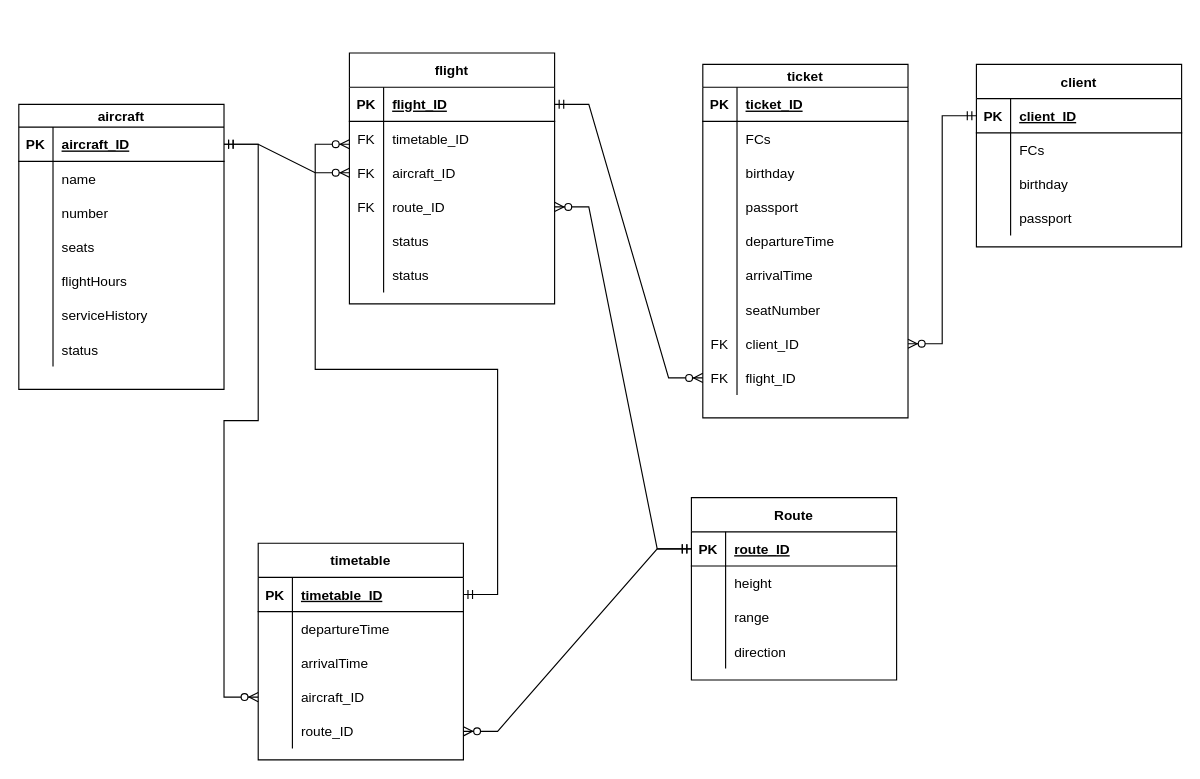
1DeMeNToR1/RocketModUpdater_32 keeps this draw.io diagram as ERRR.drawio. Above is the earlier version. Source tidied: cells renumbered, new cells numbered last; positions are measured from the earlier drawing's top-left corner, leaving out a move shared by most shapes. Both pictures are drawn from the tidied source at 114%, with x=0, y=0 at pixel (18, 52).
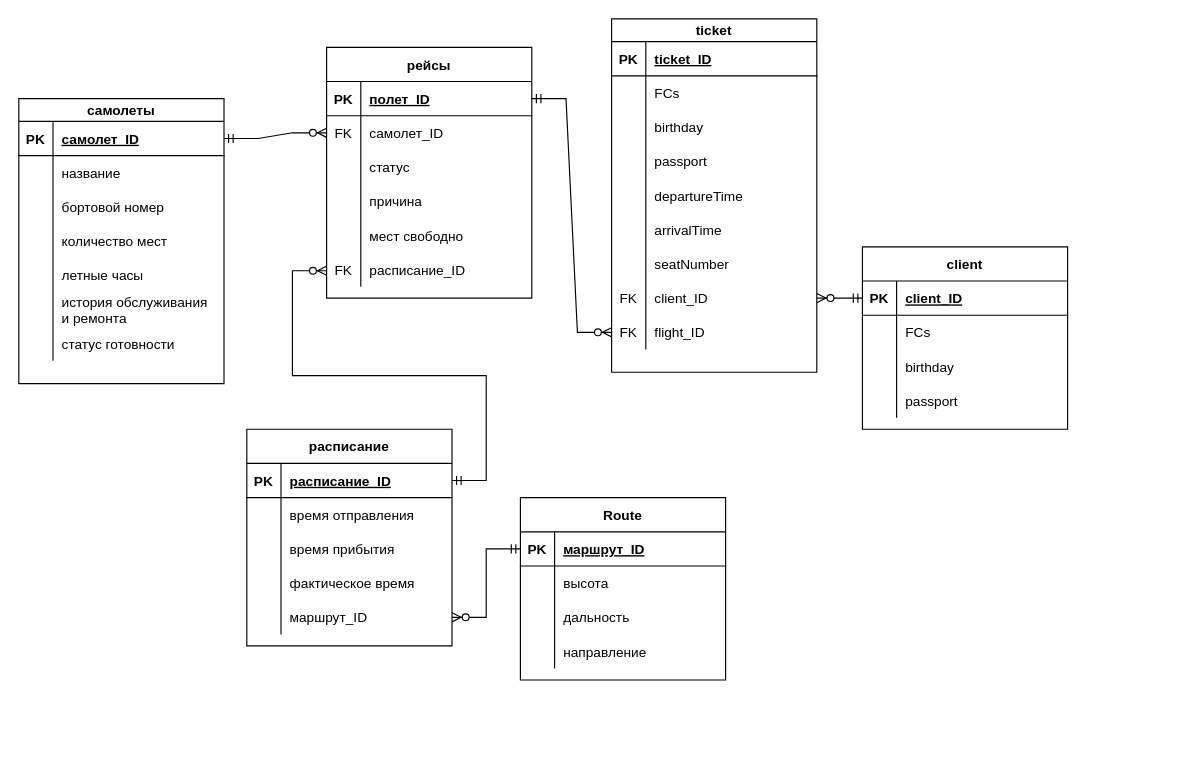
The same diagram, later.

Unchanged cells that the change refers to:
```xml
<mxCell id="3" style="shape=tableRow;horizontal=0;startSize=0;swimlaneHead=0;swimlaneBody=0;fillColor=none;points=[[0,0.5],[1,0.5]];portConstraint=eastwest;top=0;left=0;right=0;bottom=1;" parent="2" vertex="1">
  <mxGeometry y="20" width="180" height="30" as="geometry" />
</mxCell>
<mxCell id="6" style="shape=tableRow;horizontal=0;startSize=0;swimlaneHead=0;swimlaneBody=0;fillColor=none;top=0;left=0;right=0;bottom=0;" parent="2" vertex="1">
  <mxGeometry y="50" width="180" height="30" as="geometry" />
</mxCell>
<mxCell id="9" style="shape=tableRow;horizontal=0;startSize=0;swimlaneHead=0;swimlaneBody=0;fillColor=none;top=0;left=0;right=0;bottom=0;" parent="2" vertex="1">
  <mxGeometry y="80" width="180" height="30" as="geometry" />
</mxCell>
<mxCell id="12" style="shape=tableRow;horizontal=0;startSize=0;swimlaneHead=0;swimlaneBody=0;fillColor=none;top=0;left=0;right=0;bottom=0;" parent="2" vertex="1">
  <mxGeometry y="110" width="180" height="30" as="geometry" />
</mxCell>
<mxCell id="15" style="shape=tableRow;horizontal=0;startSize=0;swimlaneHead=0;swimlaneBody=0;fillColor=none;top=0;left=0;right=0;bottom=0;" parent="2" vertex="1">
  <mxGeometry y="140" width="180" height="30" as="geometry" />
</mxCell>
<mxCell id="18" style="shape=tableRow;horizontal=0;startSize=0;swimlaneHead=0;swimlaneBody=0;fillColor=none;top=0;left=0;right=0;bottom=0;" parent="2" vertex="1">
  <mxGeometry y="170" width="180" height="30" as="geometry" />
</mxCell>
<mxCell id="21" style="shape=tableRow;horizontal=0;startSize=0;swimlaneHead=0;swimlaneBody=0;fillColor=none;top=0;left=0;right=0;bottom=0;" parent="2" vertex="1">
  <mxGeometry y="200" width="180" height="30" as="geometry" />
</mxCell>
<mxCell id="66" style="shape=tableRow;horizontal=0;startSize=0;swimlaneHead=0;swimlaneBody=0;fillColor=none;points=[[0,0.5],[1,0.5]];portConstraint=eastwest;top=0;left=0;right=0;bottom=1;" parent="65" vertex="1">
  <mxGeometry y="30" width="180" height="30" as="geometry" />
</mxCell>
<mxCell id="69" style="shape=tableRow;horizontal=0;startSize=0;swimlaneHead=0;swimlaneBody=0;fillColor=none;top=0;left=0;right=0;bottom=0;" parent="65" vertex="1">
  <mxGeometry y="60" width="180" height="30" as="geometry" />
</mxCell>
<mxCell id="72" style="shape=tableRow;horizontal=0;startSize=0;swimlaneHead=0;swimlaneBody=0;fillColor=none;top=0;left=0;right=0;bottom=0;" parent="65" vertex="1">
  <mxGeometry y="90" width="180" height="30" as="geometry" />
</mxCell>
<mxCell id="78" style="shape=tableRow;horizontal=0;startSize=0;swimlaneHead=0;swimlaneBody=0;fillColor=none;points=[[0,0.5],[1,0.5]];portConstraint=eastwest;top=0;left=0;right=0;bottom=0;" parent="65" vertex="1">
  <mxGeometry y="150" width="180" height="30" as="geometry" />
</mxCell>
<mxCell id="83" style="shape=tableRow;horizontal=0;startSize=0;swimlaneHead=0;swimlaneBody=0;fillColor=none;points=[[0,0.5],[1,0.5]];portConstraint=eastwest;top=0;left=0;right=0;bottom=1;" parent="82" vertex="1">
  <mxGeometry y="30" width="180" height="30" as="geometry" />
</mxCell>
<mxCell id="102" style="shape=tableRow;horizontal=0;startSize=0;swimlaneHead=0;swimlaneBody=0;fillColor=none;points=[[0,0.5],[1,0.5]];portConstraint=eastwest;top=0;left=0;right=0;bottom=1;" parent="101" vertex="1">
  <mxGeometry y="30" width="180" height="30" as="geometry" />
</mxCell>
<mxCell id="105" style="shape=tableRow;horizontal=0;startSize=0;swimlaneHead=0;swimlaneBody=0;fillColor=none;top=0;left=0;right=0;bottom=0;" parent="101" vertex="1">
  <mxGeometry y="60" width="180" height="30" as="geometry" />
</mxCell>
<mxCell id="108" style="shape=tableRow;horizontal=0;startSize=0;swimlaneHead=0;swimlaneBody=0;fillColor=none;top=0;left=0;right=0;bottom=0;" parent="101" vertex="1">
  <mxGeometry y="90" width="180" height="30" as="geometry" />
</mxCell>
<mxCell id="111" style="shape=tableRow;horizontal=0;startSize=0;swimlaneHead=0;swimlaneBody=0;fillColor=none;top=0;left=0;right=0;bottom=0;" parent="101" vertex="1">
  <mxGeometry y="120" width="180" height="30" as="geometry" />
</mxCell>
```

What changed in the source:
```diff
@@
-    <mxCell id="2" value="aircraft" style="shape=table;startSize=20;childLayout=tableLayout;rowLines=0;fontStyle=1;align=center;" parent="1" vertex="1">
-      <mxGeometry y="45" width="180" height="250" as="geometry" />
+    <mxCell id="2" value="самолеты" style="shape=table;startSize=20;childLayout=tableLayout;rowLines=0;fontStyle=1;align=center;" parent="1" vertex="1">
+      <mxGeometry y="40" width="180" height="250" as="geometry" />
     </mxCell>
@@
-    <mxCell id="5" value="aircraft_ID" style="shape=partialRectangle;fillColor=none;top=0;left=0;bottom=0;right=0;align=left;spacingLeft=6;fontStyle=5;overflow=hidden;" parent="3" vertex="1">
+    <mxCell id="5" value="самолет_ID" style="shape=partialRectangle;fillColor=none;top=0;left=0;bottom=0;right=0;align=left;spacingLeft=6;fontStyle=5;overflow=hidden;" parent="3" vertex="1">
       <mxGeometry x="30" width="150" height="30" as="geometry" />
     </mxCell>
@@
-    <mxCell id="8" value="name" style="shape=partialRectangle;fillColor=none;top=0;left=0;bottom=0;right=0;align=left;spacingLeft=6;overflow=hidden;" parent="6" vertex="1">
+    <mxCell id="8" value="название" style="shape=partialRectangle;fillColor=none;top=0;left=0;bottom=0;right=0;align=left;spacingLeft=6;overflow=hidden;" parent="6" vertex="1">
       <mxGeometry x="30" width="150" height="30" as="geometry" />
     </mxCell>
@@
-    <mxCell id="11" value="number" style="shape=partialRectangle;fillColor=none;top=0;left=0;bottom=0;right=0;align=left;spacingLeft=6;overflow=hidden;" parent="9" vertex="1">
+    <mxCell id="11" value="бортовой номер" style="shape=partialRectangle;fillColor=none;top=0;left=0;bottom=0;right=0;align=left;spacingLeft=6;overflow=hidden;" parent="9" vertex="1">
       <mxGeometry x="30" width="150" height="30" as="geometry" />
     </mxCell>
@@
-    <mxCell id="14" value="seats" style="shape=partialRectangle;fillColor=none;top=0;left=0;bottom=0;right=0;align=left;spacingLeft=6;overflow=hidden;" parent="12" vertex="1">
+    <mxCell id="14" value="количество мест" style="shape=partialRectangle;fillColor=none;top=0;left=0;bottom=0;right=0;align=left;spacingLeft=6;overflow=hidden;" parent="12" vertex="1">
       <mxGeometry x="30" width="150" height="30" as="geometry" />
     </mxCell>
@@
-    <mxCell id="17" value="flightHours" style="shape=partialRectangle;fillColor=none;top=0;left=0;bottom=0;right=0;align=left;spacingLeft=6;overflow=hidden;" parent="15" vertex="1">
+    <mxCell id="17" value="летные часы" style="shape=partialRectangle;fillColor=none;top=0;left=0;bottom=0;right=0;align=left;spacingLeft=6;overflow=hidden;" parent="15" vertex="1">
       <mxGeometry x="30" width="150" height="30" as="geometry" />
     </mxCell>
@@
-    <mxCell id="20" value="serviceHistory" style="shape=partialRectangle;fillColor=none;top=0;left=0;bottom=0;right=0;align=left;spacingLeft=6;overflow=hidden;" parent="18" vertex="1">
+    <mxCell id="20" value="история обслуживания &#10;и ремонта" style="shape=partialRectangle;fillColor=none;top=0;left=0;bottom=0;right=0;align=left;spacingLeft=6;overflow=hidden;" parent="18" vertex="1">
       <mxGeometry x="30" width="150" height="30" as="geometry" />
     </mxCell>
@@
-    <mxCell id="23" value="status" style="shape=partialRectangle;fillColor=none;top=0;left=0;bottom=0;right=0;align=left;spacingLeft=6;overflow=hidden;" parent="21" vertex="1">
+    <mxCell id="23" value="статус готовности" style="shape=partialRectangle;fillColor=none;top=0;left=0;bottom=0;right=0;align=left;spacingLeft=6;overflow=hidden;" parent="21" vertex="1">
       <mxGeometry x="30" width="150" height="30" as="geometry" />
     </mxCell>
     <mxCell id="24" value="ticket" style="shape=table;startSize=20;childLayout=tableLayout;rowLines=0;fontStyle=1;align=center;" parent="1" vertex="1">
-      <mxGeometry x="600" y="10" width="180" height="310" as="geometry" />
+      <mxGeometry x="520" y="-30" width="180" height="310" as="geometry" />
     </mxCell>
@@
     <mxCell id="52" value="client" style="shape=table;startSize=30;childLayout=tableLayout;rowLines=0;fontStyle=1;align=center;" parent="1" vertex="1">
-      <mxGeometry x="840" y="10" width="180" height="160" as="geometry" />
+      <mxGeometry x="740" y="170" width="180" height="160" as="geometry" />
     </mxCell>
@@
-    <mxCell id="65" value="timetable" style="shape=table;startSize=30;childLayout=tableLayout;rowLines=0;fontStyle=1;align=center;" parent="1" vertex="1">
-      <mxGeometry x="210" y="430" width="180" height="190" as="geometry" />
+    <mxCell id="65" value="расписание" style="shape=table;startSize=30;childLayout=tableLayout;rowLines=0;fontStyle=1;align=center;" parent="1" vertex="1">
+      <mxGeometry x="200" y="330" width="180" height="190" as="geometry" />
     </mxCell>
@@
-    <mxCell id="68" value="timetable_ID" style="shape=partialRectangle;fillColor=none;top=0;left=0;bottom=0;right=0;align=left;spacingLeft=6;fontStyle=5;overflow=hidden;" parent="66" vertex="1">
+    <mxCell id="68" value="расписание_ID" style="shape=partialRectangle;fillColor=none;top=0;left=0;bottom=0;right=0;align=left;spacingLeft=6;fontStyle=5;overflow=hidden;" parent="66" vertex="1">
       <mxGeometry x="30" width="150" height="30" as="geometry" />
     </mxCell>
@@
-    <mxCell id="71" value="departureTime" style="shape=partialRectangle;fillColor=none;top=0;left=0;bottom=0;right=0;align=left;spacingLeft=6;overflow=hidden;" parent="69" vertex="1">
+    <mxCell id="71" value="время отправления" style="shape=partialRectangle;fillColor=none;top=0;left=0;bottom=0;right=0;align=left;spacingLeft=6;overflow=hidden;" parent="69" vertex="1">
       <mxGeometry x="30" width="150" height="30" as="geometry" />
     </mxCell>
@@
-    <mxCell id="74" value="arrivalTime" style="shape=partialRectangle;fillColor=none;top=0;left=0;bottom=0;right=0;align=left;spacingLeft=6;overflow=hidden;" parent="72" vertex="1">
+    <mxCell id="74" value="время прибытия" style="shape=partialRectangle;fillColor=none;top=0;left=0;bottom=0;right=0;align=left;spacingLeft=6;overflow=hidden;" parent="72" vertex="1">
       <mxGeometry x="30" width="150" height="30" as="geometry" />
     </mxCell>
-    <mxCell id="75" style="shape=tableRow;horizontal=0;startSize=0;swimlaneHead=0;swimlaneBody=0;fillColor=none;points=[[0,0.5],[1,0.5]];portConstraint=eastwest;top=0;left=0;right=0;bottom=0;" parent="65" vertex="1">
-      <mxGeometry y="120" width="180" height="30" as="geometry" />
-    </mxCell>
-    <mxCell id="76" style="shape=partialRectangle;fillColor=none;top=0;left=0;bottom=0;right=0;overflow=hidden;" parent="75" vertex="1">
-      <mxGeometry width="30" height="30" as="geometry" />
-    </mxCell>
-    <mxCell id="77" value="aircraft_ID" style="shape=partialRectangle;fillColor=none;top=0;left=0;bottom=0;right=0;align=left;spacingLeft=6;overflow=hidden;" parent="75" vertex="1">
-      <mxGeometry x="30" width="150" height="30" as="geometry" />
-    </mxCell>
+    <mxCell id="98" style="shape=tableRow;horizontal=0;startSize=0;swimlaneHead=0;swimlaneBody=0;fillColor=none;top=0;left=0;right=0;bottom=0;" parent="65" vertex="1">
+      <mxGeometry y="120" width="180" height="30" as="geometry" />
+    </mxCell>
+    <mxCell id="99" style="shape=partialRectangle;fillColor=none;top=0;left=0;bottom=0;right=0;overflow=hidden;" parent="98" vertex="1">
+      <mxGeometry width="30" height="30" as="geometry" />
+    </mxCell>
+    <mxCell id="100" value="фактическое время" style="shape=partialRectangle;fillColor=none;top=0;left=0;bottom=0;right=0;align=left;spacingLeft=6;overflow=hidden;" parent="98" vertex="1">
+      <mxGeometry x="30" width="150" height="30" as="geometry" />
+    </mxCell>
@@
-    <mxCell id="80" value="route_ID" style="shape=partialRectangle;fillColor=none;top=0;left=0;bottom=0;right=0;align=left;spacingLeft=6;overflow=hidden;" parent="78" vertex="1">
+    <mxCell id="80" value="маршрут_ID" style="shape=partialRectangle;fillColor=none;top=0;left=0;bottom=0;right=0;align=left;spacingLeft=6;overflow=hidden;" parent="78" vertex="1">
       <mxGeometry x="30" width="150" height="30" as="geometry" />
     </mxCell>
@@
-    <mxCell id="82" value="flight" style="shape=table;startSize=30;childLayout=tableLayout;rowLines=0;fontStyle=1;align=center;" parent="1" vertex="1">
-      <mxGeometry x="290" width="180" height="220" as="geometry" />
+    <mxCell id="82" value="рейсы" style="shape=table;startSize=30;childLayout=tableLayout;rowLines=0;fontStyle=1;align=center;" parent="1" vertex="1">
+      <mxGeometry x="270" y="-5" width="180" height="220" as="geometry" />
     </mxCell>
@@
-    <mxCell id="85" value="flight_ID" style="shape=partialRectangle;fillColor=none;top=0;left=0;bottom=0;right=0;align=left;spacingLeft=6;fontStyle=5;overflow=hidden;" parent="83" vertex="1">
+    <mxCell id="85" value="полет_ID" style="shape=partialRectangle;fillColor=none;top=0;left=0;bottom=0;right=0;align=left;spacingLeft=6;fontStyle=5;overflow=hidden;" parent="83" vertex="1">
       <mxGeometry x="30" width="150" height="30" as="geometry" />
     </mxCell>
+    <mxCell id="89" style="shape=tableRow;horizontal=0;startSize=0;swimlaneHead=0;swimlaneBody=0;fillColor=none;points=[[0,0.5],[1,0.5]];portConstraint=eastwest;top=0;left=0;right=0;bottom=0;" parent="82" vertex="1">
+      <mxGeometry y="60" width="180" height="30" as="geometry" />
+    </mxCell>
+    <mxCell id="90" value="FK" style="shape=partialRectangle;fillColor=none;top=0;left=0;bottom=0;right=0;overflow=hidden;" parent="89" vertex="1">
+      <mxGeometry width="30" height="30" as="geometry" />
+    </mxCell>
+    <mxCell id="91" value="самолет_ID" style="shape=partialRectangle;fillColor=none;top=0;left=0;bottom=0;right=0;align=left;spacingLeft=6;overflow=hidden;" parent="89" vertex="1">
+      <mxGeometry x="30" width="150" height="30" as="geometry" />
+    </mxCell>
+    <mxCell id="95" style="shape=tableRow;horizontal=0;startSize=0;swimlaneHead=0;swimlaneBody=0;fillColor=none;top=0;left=0;right=0;bottom=0;" parent="82" vertex="1">
+      <mxGeometry y="90" width="180" height="30" as="geometry" />
+    </mxCell>
+    <mxCell id="96" style="shape=partialRectangle;fillColor=none;top=0;left=0;bottom=0;right=0;overflow=hidden;" parent="95" vertex="1">
+      <mxGeometry width="30" height="30" as="geometry" />
+    </mxCell>
+    <mxCell id="97" value="статус" style="shape=partialRectangle;fillColor=none;top=0;left=0;bottom=0;right=0;align=left;spacingLeft=6;overflow=hidden;" parent="95" vertex="1">
+      <mxGeometry x="30" width="150" height="30" as="geometry" />
+    </mxCell>
+    <mxCell id="120" style="shape=tableRow;horizontal=0;startSize=0;swimlaneHead=0;swimlaneBody=0;fillColor=none;top=0;left=0;right=0;bottom=0;" parent="82" vertex="1">
+      <mxGeometry y="120" width="180" height="30" as="geometry" />
+    </mxCell>
+    <mxCell id="121" style="shape=partialRectangle;fillColor=none;top=0;left=0;bottom=0;right=0;overflow=hidden;" parent="120" vertex="1">
+      <mxGeometry width="30" height="30" as="geometry" />
+    </mxCell>
+    <mxCell id="122" value="причина" style="shape=partialRectangle;fillColor=none;top=0;left=0;bottom=0;right=0;align=left;spacingLeft=6;overflow=hidden;" parent="120" vertex="1">
+      <mxGeometry x="30" width="150" height="30" as="geometry" />
+    </mxCell>
+    <mxCell id="123" style="shape=tableRow;horizontal=0;startSize=0;swimlaneHead=0;swimlaneBody=0;fillColor=none;top=0;left=0;right=0;bottom=0;" parent="82" vertex="1">
+      <mxGeometry y="150" width="180" height="30" as="geometry" />
+    </mxCell>
+    <mxCell id="124" style="shape=partialRectangle;fillColor=none;top=0;left=0;bottom=0;right=0;overflow=hidden;" parent="123" vertex="1">
+      <mxGeometry width="30" height="30" as="geometry" />
+    </mxCell>
+    <mxCell id="125" value="мест свободно" style="shape=partialRectangle;fillColor=none;top=0;left=0;bottom=0;right=0;align=left;spacingLeft=6;overflow=hidden;" parent="123" vertex="1">
+      <mxGeometry x="30" width="150" height="30" as="geometry" />
+    </mxCell>
     <mxCell id="86" style="shape=tableRow;horizontal=0;startSize=0;swimlaneHead=0;swimlaneBody=0;fillColor=none;top=0;left=0;right=0;bottom=0;" parent="82" vertex="1">
-      <mxGeometry y="60" width="180" height="30" as="geometry" />
+      <mxGeometry y="180" width="180" height="30" as="geometry" />
     </mxCell>
@@
-    <mxCell id="88" value="timetable_ID" style="shape=partialRectangle;fillColor=none;top=0;left=0;bottom=0;right=0;align=left;spacingLeft=6;overflow=hidden;" parent="86" vertex="1">
+    <mxCell id="88" value="расписание_ID" style="shape=partialRectangle;fillColor=none;top=0;left=0;bottom=0;right=0;align=left;spacingLeft=6;overflow=hidden;" parent="86" vertex="1">
       <mxGeometry x="30" width="150" height="30" as="geometry" />
     </mxCell>
-    <mxCell id="89" style="shape=tableRow;horizontal=0;startSize=0;swimlaneHead=0;swimlaneBody=0;fillColor=none;points=[[0,0.5],[1,0.5]];portConstraint=eastwest;top=0;left=0;right=0;bottom=0;" parent="82" vertex="1">
-      <mxGeometry y="90" width="180" height="30" as="geometry" />
-    </mxCell>
-    <mxCell id="90" value="FK" style="shape=partialRectangle;fillColor=none;top=0;left=0;bottom=0;right=0;overflow=hidden;" parent="89" vertex="1">
-      <mxGeometry width="30" height="30" as="geometry" />
-    </mxCell>
-    <mxCell id="91" value="aircraft_ID" style="shape=partialRectangle;fillColor=none;top=0;left=0;bottom=0;right=0;align=left;spacingLeft=6;overflow=hidden;" parent="89" vertex="1">
-      <mxGeometry x="30" width="150" height="30" as="geometry" />
-    </mxCell>
-    <mxCell id="92" style="shape=tableRow;horizontal=0;startSize=0;swimlaneHead=0;swimlaneBody=0;fillColor=none;points=[[0,0.5],[1,0.5]];portConstraint=eastwest;top=0;left=0;right=0;bottom=0;" parent="82" vertex="1">
-      <mxGeometry y="120" width="180" height="30" as="geometry" />
-    </mxCell>
-    <mxCell id="93" value="FK" style="shape=partialRectangle;fillColor=none;top=0;left=0;bottom=0;right=0;overflow=hidden;" parent="92" vertex="1">
-      <mxGeometry width="30" height="30" as="geometry" />
-    </mxCell>
-    <mxCell id="94" value="route_ID" style="shape=partialRectangle;fillColor=none;top=0;left=0;bottom=0;right=0;align=left;spacingLeft=6;overflow=hidden;" parent="92" vertex="1">
-      <mxGeometry x="30" width="150" height="30" as="geometry" />
-    </mxCell>
-    <mxCell id="95" style="shape=tableRow;horizontal=0;startSize=0;swimlaneHead=0;swimlaneBody=0;fillColor=none;top=0;left=0;right=0;bottom=0;" parent="82" vertex="1">
-      <mxGeometry y="150" width="180" height="30" as="geometry" />
-    </mxCell>
-    <mxCell id="96" style="shape=partialRectangle;fillColor=none;top=0;left=0;bottom=0;right=0;overflow=hidden;" parent="95" vertex="1">
-      <mxGeometry width="30" height="30" as="geometry" />
-    </mxCell>
-    <mxCell id="97" value="status" style="shape=partialRectangle;fillColor=none;top=0;left=0;bottom=0;right=0;align=left;spacingLeft=6;overflow=hidden;" parent="95" vertex="1">
-      <mxGeometry x="30" width="150" height="30" as="geometry" />
-    </mxCell>
-    <mxCell id="98" style="shape=tableRow;horizontal=0;startSize=0;swimlaneHead=0;swimlaneBody=0;fillColor=none;top=0;left=0;right=0;bottom=0;" parent="82" vertex="1">
-      <mxGeometry y="180" width="180" height="30" as="geometry" />
-    </mxCell>
-    <mxCell id="99" style="shape=partialRectangle;fillColor=none;top=0;left=0;bottom=0;right=0;overflow=hidden;" parent="98" vertex="1">
-      <mxGeometry width="30" height="30" as="geometry" />
-    </mxCell>
-    <mxCell id="100" value="status" style="shape=partialRectangle;fillColor=none;top=0;left=0;bottom=0;right=0;align=left;spacingLeft=6;overflow=hidden;" parent="98" vertex="1">
-      <mxGeometry x="30" width="150" height="30" as="geometry" />
-    </mxCell>
     <mxCell id="101" value="Route" style="shape=table;startSize=30;childLayout=tableLayout;rowLines=0;fontStyle=1;align=center;" parent="1" vertex="1">
-      <mxGeometry x="590" y="390" width="180" height="160" as="geometry" />
+      <mxGeometry x="440" y="390" width="180" height="160" as="geometry" />
     </mxCell>
@@
-    <mxCell id="104" value="route_ID" style="shape=partialRectangle;fillColor=none;top=0;left=0;bottom=0;right=0;align=left;spacingLeft=6;fontStyle=5;overflow=hidden;" parent="102" vertex="1">
+    <mxCell id="104" value="маршрут_ID" style="shape=partialRectangle;fillColor=none;top=0;left=0;bottom=0;right=0;align=left;spacingLeft=6;fontStyle=5;overflow=hidden;" parent="102" vertex="1">
       <mxGeometry x="30" width="150" height="30" as="geometry" />
     </mxCell>
@@
-    <mxCell id="107" value="height " style="shape=partialRectangle;fillColor=none;top=0;left=0;bottom=0;right=0;align=left;spacingLeft=6;overflow=hidden;" parent="105" vertex="1">
+    <mxCell id="107" value="высота" style="shape=partialRectangle;fillColor=none;top=0;left=0;bottom=0;right=0;align=left;spacingLeft=6;overflow=hidden;" parent="105" vertex="1">
       <mxGeometry x="30" width="150" height="30" as="geometry" />
     </mxCell>
@@
-    <mxCell id="110" value="range " style="shape=partialRectangle;fillColor=none;top=0;left=0;bottom=0;right=0;align=left;spacingLeft=6;overflow=hidden;" parent="108" vertex="1">
+    <mxCell id="110" value="дальность" style="shape=partialRectangle;fillColor=none;top=0;left=0;bottom=0;right=0;align=left;spacingLeft=6;overflow=hidden;" parent="108" vertex="1">
       <mxGeometry x="30" width="150" height="30" as="geometry" />
     </mxCell>
@@
-    <mxCell id="113" value="direction" style="shape=partialRectangle;fillColor=none;top=0;left=0;bottom=0;right=0;align=left;spacingLeft=6;overflow=hidden;" parent="111" vertex="1">
+    <mxCell id="113" value="направление" style="shape=partialRectangle;fillColor=none;top=0;left=0;bottom=0;right=0;align=left;spacingLeft=6;overflow=hidden;" parent="111" vertex="1">
       <mxGeometry x="30" width="150" height="30" as="geometry" />
     </mxCell>
@@
-    <mxCell id="116" style="edgeStyle=entityRelationEdgeStyle;fontSize=12;html=1;endArrow=ERzeroToMany;startArrow=ERmandOne;rounded=0;exitX=1;exitY=0.5;exitDx=0;exitDy=0;entryX=0;entryY=0.5;entryDx=0;entryDy=0;" parent="1" edge="1" source="3" target="75">
-      <mxGeometry relative="1" as="geometry" />
-    </mxCell>
@@
-    <mxCell id="118" style="edgeStyle=entityRelationEdgeStyle;fontSize=12;html=1;endArrow=ERzeroToMany;startArrow=ERmandOne;rounded=0;exitX=0;exitY=0.5;exitDx=0;exitDy=0;entryX=1;entryY=0.5;entryDx=0;entryDy=0;" parent="1" edge="1" source="102" target="92">
-      <mxGeometry relative="1" as="geometry" />
-    </mxCell>
     <mxCell id="119" style="edgeStyle=entityRelationEdgeStyle;fontSize=12;html=1;endArrow=ERzeroToMany;startArrow=ERmandOne;rounded=0;exitX=1;exitY=0.5;exitDx=0;exitDy=0;" parent="1" edge="1" source="66">
       <mxGeometry relative="1" as="geometry">
-        <mxPoint x="290" y="80" as="targetPoint" />
+        <mxPoint x="270" y="191" as="targetPoint" />
       </mxGeometry>
     </mxCell>
```
